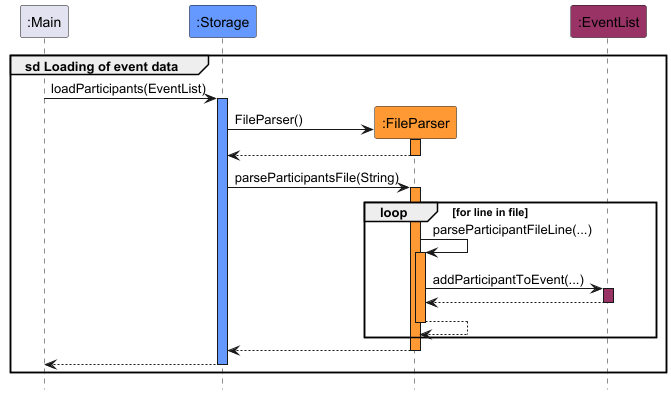
The PlantUML diagram docs/images/StorageParticipantLoadingSequenceDiagram.png in nus-cs2113-AY2425S1/tp, before a commit. Source of this version:
```plantuml
@startuml
!include style.puml
hide footbox

Participant ":Main" as main
Participant ":Storage" as storage STORAGE_COLOUR
Participant ":FileParser" as parser PARSER_COLOUR
Participant ":EventList" as events EVENT_COLOUR


group sd Loading of event data
main -> storage : loadParticipants(EventList)
activate storage STORAGE_COLOUR

create parser
storage -> parser : FileParser()
activate parser PARSER_COLOUR
return

storage -> parser : parseParticipantsFile(String)
activate parser PARSER_COLOUR

loop for line in file
parser -> parser : parseParticipantFileLine(...)
activate parser PARSER_COLOUR

parser -> events : addParticipantToEvent(...)
activate events EVENT_COLOUR

return

return

end

return

return

end

@enduml
```
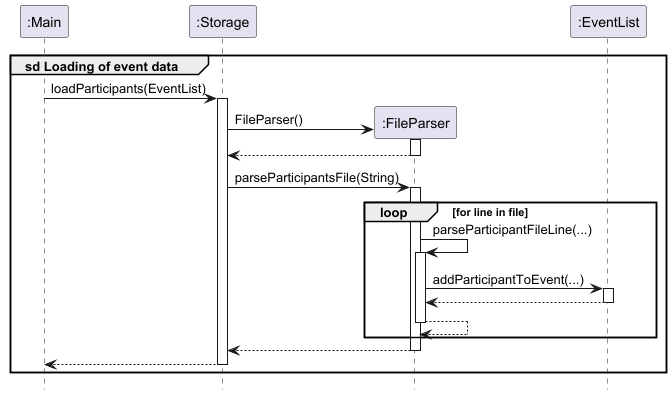
After the change.

Diff of the diagram source:
```diff
@@ -3,29 +3,29 @@
 hide footbox
 
 Participant ":Main" as main
-Participant ":Storage" as storage STORAGE_COLOUR
-Participant ":FileParser" as parser PARSER_COLOUR
-Participant ":EventList" as events EVENT_COLOUR
+Participant ":Storage" as storage
+Participant ":FileParser" as parser
+Participant ":EventList" as events
 
 
 group sd Loading of event data
 main -> storage : loadParticipants(EventList)
-activate storage STORAGE_COLOUR
+activate storage
 
 create parser
 storage -> parser : FileParser()
-activate parser PARSER_COLOUR
+activate parser
 return
 
 storage -> parser : parseParticipantsFile(String)
-activate parser PARSER_COLOUR
+activate parser
 
 loop for line in file
 parser -> parser : parseParticipantFileLine(...)
-activate parser PARSER_COLOUR
+activate parser
 
 parser -> events : addParticipantToEvent(...)
-activate events EVENT_COLOUR
+activate events
 
 return
 
```
